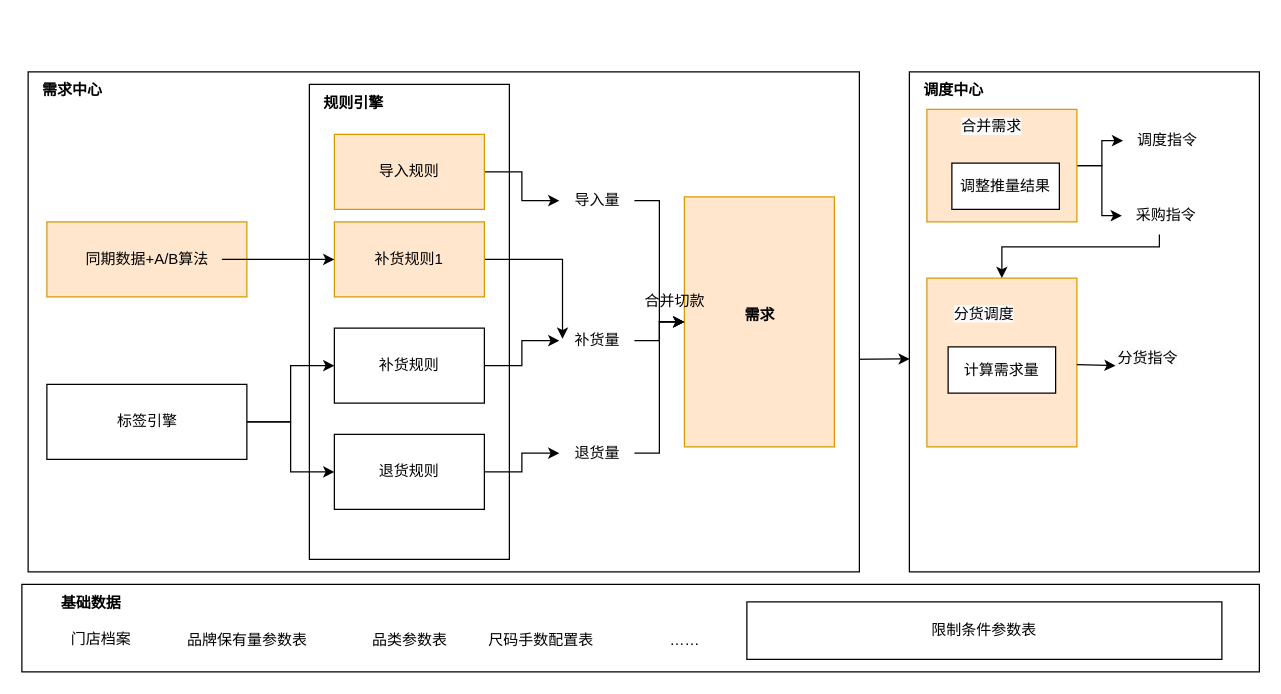
Before: page "第 2 页" (2 of 2) of 单店企划V0.2架构.drawio in leonhard1Q84/leonhard1Q84.github.io, a draw.io diagram. Source tidied: cells renumbered, new cells numbered last; positions are measured from the earlier drawing's top-left corner, leaving out a move shared by most shapes. Both pictures are drawn from the tidied source at 125%, with x=0, y=0 at pixel (21, 71).
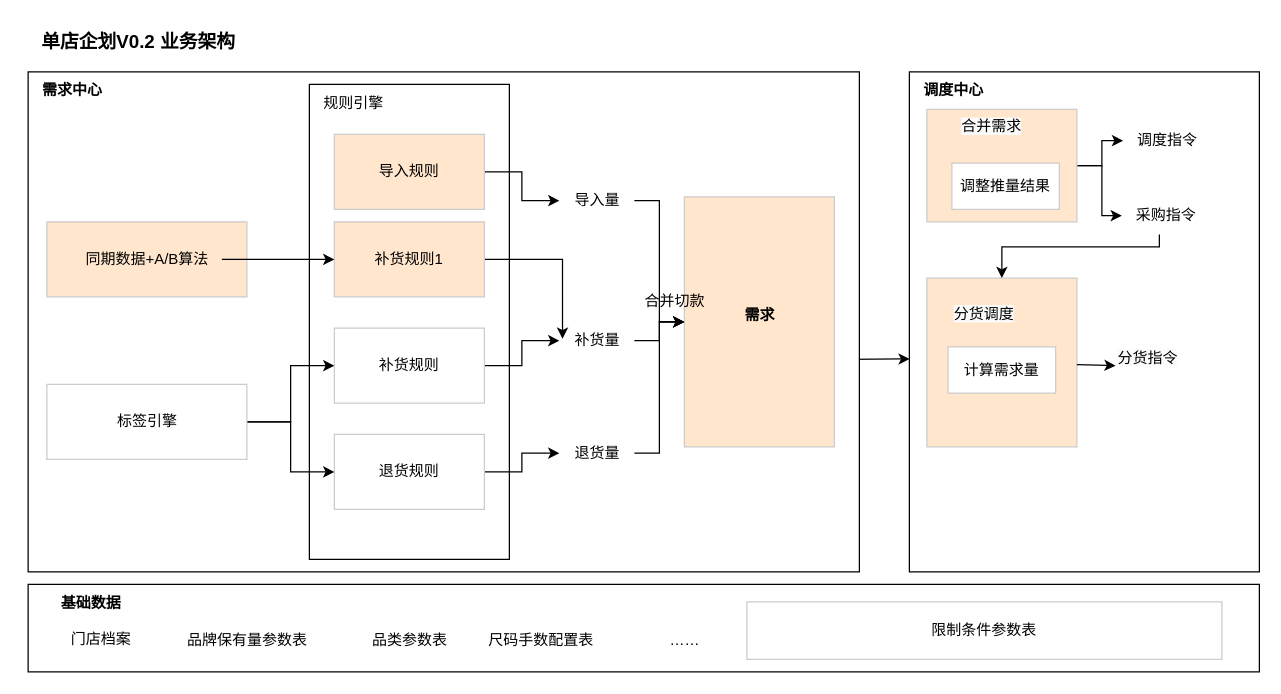
The same page after the edit.

Commit message:
更新单店企划V0.2架构.drawio

The edit, as a diff of the source:
```diff
@@
     <mxCell id="3" style="rounded=0;whiteSpace=wrap;html=1;" parent="1" vertex="1">
-      <mxGeometry y="410" width="990" height="70" as="geometry" />
+      <mxGeometry x="5" y="410" width="985" height="70" as="geometry" />
     </mxCell>
@@
-    <mxCell id="12" style="rounded=0;whiteSpace=wrap;html=1;fillColor=#ffe6cc;strokeColor=#d79b00;" parent="1" vertex="1">
+    <mxCell id="12" style="rounded=0;whiteSpace=wrap;html=1;fillColor=#ffe6cc;strokeColor=#CCCCCC;" parent="1" vertex="1">
       <mxGeometry x="724" y="30" width="120" height="90" as="geometry" />
     </mxCell>
-    <mxCell id="13" style="rounded=0;whiteSpace=wrap;html=1;fillColor=#ffe6cc;strokeColor=#d79b00;" parent="1" vertex="1">
+    <mxCell id="13" style="rounded=0;whiteSpace=wrap;html=1;fillColor=#ffe6cc;strokeColor=#CCCCCC;" parent="1" vertex="1">
       <mxGeometry x="724" y="165" width="120" height="135" as="geometry" />
     </mxCell>
@@
-    <mxCell id="19" value="计算需求量" style="rounded=0;whiteSpace=wrap;html=1;" parent="1" vertex="1">
+    <mxCell id="19" value="计算需求量" style="rounded=0;whiteSpace=wrap;html=1;strokeColor=#CCCCCC;" parent="1" vertex="1">
       <mxGeometry x="741" y="220" width="86" height="37" as="geometry" />
     </mxCell>
@@
-    <mxCell id="21" style="rounded=0;whiteSpace=wrap;html=1;fillColor=#ffe6cc;strokeColor=#d79b00;" parent="1" vertex="1">
+    <mxCell id="21" style="rounded=0;whiteSpace=wrap;html=1;fillColor=#ffe6cc;strokeColor=#CCCCCC;" parent="1" vertex="1">
       <mxGeometry x="530" y="100" width="120" height="200" as="geometry" />
     </mxCell>
@@
-    <mxCell id="30" value="规则引擎" style="text;html=1;align=center;verticalAlign=middle;strokeColor=none;fillColor=none;fontStyle=1;" parent="1" vertex="1">
+    <mxCell id="30" value="规则引擎" style="text;html=1;align=center;verticalAlign=middle;strokeColor=none;fillColor=none;fontStyle=0;" parent="1" vertex="1">
       <mxGeometry x="230" y="10" width="70" height="30" as="geometry" />
     </mxCell>
@@
-    <mxCell id="32" value="导入规则" style="rounded=0;whiteSpace=wrap;html=1;fillColor=#ffe6cc;strokeColor=#d79b00;" parent="1" vertex="1">
+    <mxCell id="32" value="导入规则" style="rounded=0;whiteSpace=wrap;html=1;fillColor=#ffe6cc;strokeColor=#CCCCCC;" parent="1" vertex="1">
       <mxGeometry x="250" y="50" width="120" height="60" as="geometry" />
     </mxCell>
@@
-    <mxCell id="34" value="补货规则" style="rounded=0;whiteSpace=wrap;html=1;" parent="1" vertex="1">
+    <mxCell id="34" value="补货规则" style="rounded=0;whiteSpace=wrap;html=1;strokeColor=#CCCCCC;" parent="1" vertex="1">
       <mxGeometry x="250" y="205" width="120" height="60" as="geometry" />
     </mxCell>
@@
-    <mxCell id="36" value="退货规则" style="rounded=0;whiteSpace=wrap;html=1;" parent="1" vertex="1">
+    <mxCell id="36" value="退货规则" style="rounded=0;whiteSpace=wrap;html=1;strokeColor=#CCCCCC;" parent="1" vertex="1">
       <mxGeometry x="250" y="290" width="120" height="60" as="geometry" />
     </mxCell>
@@
-    <mxCell id="39" style="rounded=0;whiteSpace=wrap;html=1;" parent="1" vertex="1">
+    <mxCell id="39" style="rounded=0;whiteSpace=wrap;html=1;strokeColor=#CCCCCC;" parent="1" vertex="1">
       <mxGeometry x="20" y="250" width="160" height="60" as="geometry" />
     </mxCell>
@@
-    <mxCell id="42" value="补货规则1" style="rounded=0;whiteSpace=wrap;html=1;fillColor=#ffe6cc;strokeColor=#d79b00;" parent="1" vertex="1">
+    <mxCell id="42" value="补货规则1" style="rounded=0;whiteSpace=wrap;html=1;fillColor=#ffe6cc;strokeColor=#CCCCCC;" parent="1" vertex="1">
       <mxGeometry x="250" y="120" width="120" height="60" as="geometry" />
     </mxCell>
-    <mxCell id="43" style="rounded=0;whiteSpace=wrap;html=1;fillColor=#ffe6cc;strokeColor=#d79b00;" parent="1" vertex="1">
+    <mxCell id="43" style="rounded=0;whiteSpace=wrap;html=1;fillColor=#ffe6cc;strokeColor=#CCCCCC;" parent="1" vertex="1">
       <mxGeometry x="20" y="120" width="160" height="60" as="geometry" />
     </mxCell>
@@
-    <mxCell id="49" value="限制条件参数表" style="rounded=0;whiteSpace=wrap;html=1;" parent="1" vertex="1">
+    <mxCell id="49" value="限制条件参数表" style="rounded=0;whiteSpace=wrap;html=1;strokeColor=#CCCCCC;" parent="1" vertex="1">
       <mxGeometry x="580" y="424" width="380" height="46" as="geometry" />
     </mxCell>
-    <mxCell id="50" value="调整推量结果" style="rounded=0;whiteSpace=wrap;html=1;" parent="1" vertex="1">
+    <mxCell id="50" value="调整推量结果" style="rounded=0;whiteSpace=wrap;html=1;strokeColor=#CCCCCC;" parent="1" vertex="1">
       <mxGeometry x="744" y="73" width="86" height="37" as="geometry" />
     </mxCell>
@@
+    <mxCell id="54" value="&lt;b style=&quot;font-size: 15px;&quot;&gt;单店企划V0.2 业务架构&lt;/b&gt;" style="text;html=1;align=center;verticalAlign=middle;strokeColor=none;fillColor=none;fontSize=15;" parent="1" vertex="1">
+      <mxGeometry x="3" y="-40" width="180" height="30" as="geometry" />
+    </mxCell>
```
